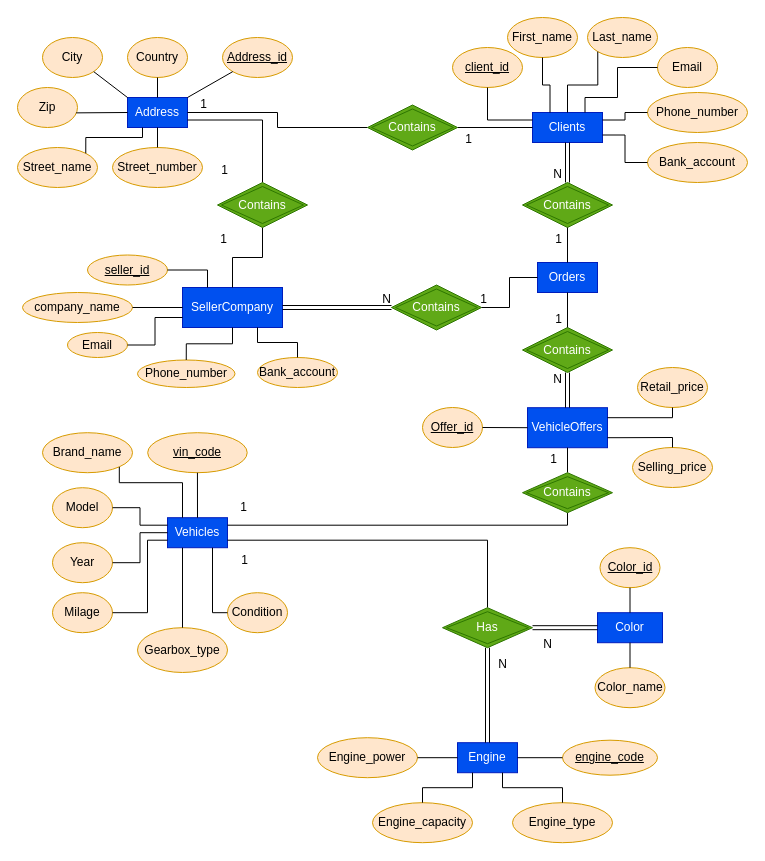
Above: Chen notation.drawio in kstekels/Car-Marketplace (draw.io), before the change. Source tidied: cells renumbered, new cells numbered last; positions are measured from the earlier drawing's top-left corner, leaving out a move shared by most shapes. Both pictures are drawn from the tidied source at 100%, with x=0, y=0 at pixel (17, 17).
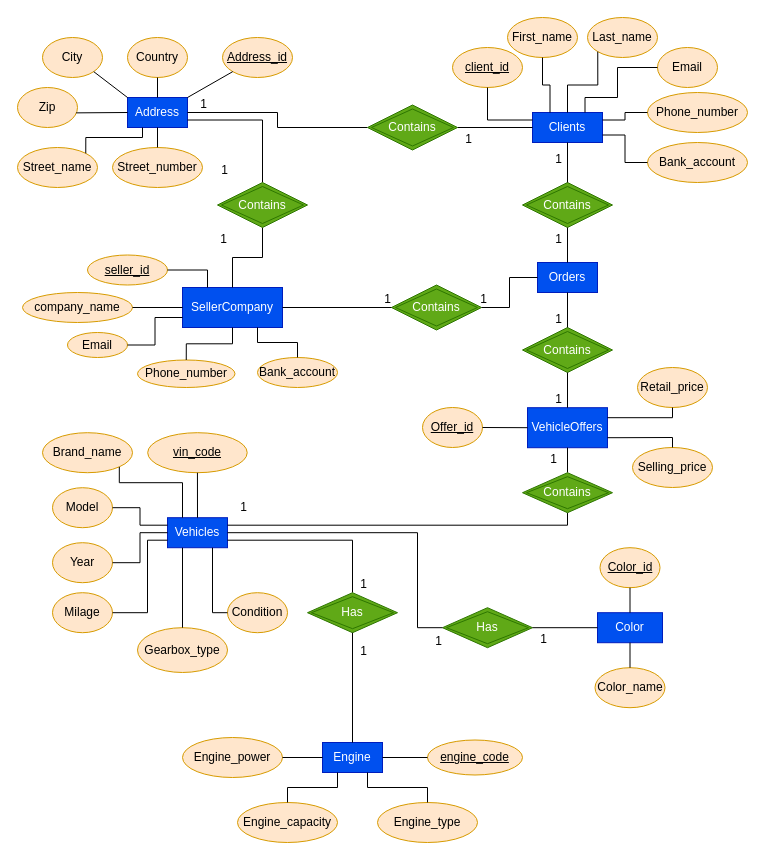
After the change.

The change refers to these unchanged cells:
```xml
<mxCell id="2" value="Clients" style="rounded=0;whiteSpace=wrap;html=1;fillColor=#0050ef;strokeColor=#001DBC;fontColor=#ffffff;" parent="1" vertex="1">
  <mxGeometry x="515" y="95" width="70" height="30" as="geometry" />
</mxCell>
<mxCell id="4" value="SellerCompany" style="rounded=0;whiteSpace=wrap;html=1;fillColor=#0050ef;fontColor=#ffffff;strokeColor=#001DBC;" parent="1" vertex="1">
  <mxGeometry x="165" y="270" width="100" height="40" as="geometry" />
</mxCell>
<mxCell id="6" value="VehicleOffers" style="rounded=0;whiteSpace=wrap;html=1;fillColor=#0050ef;fontColor=#ffffff;strokeColor=#001DBC;" parent="1" vertex="1">
  <mxGeometry x="510" y="390.2" width="80" height="40" as="geometry" />
</mxCell>
<mxCell id="7" value="Vehicles" style="rounded=0;whiteSpace=wrap;html=1;fillColor=#0050ef;fontColor=#ffffff;strokeColor=#001DBC;" parent="1" vertex="1">
  <mxGeometry x="150" y="500.2" width="60" height="30" as="geometry" />
</mxCell>
<mxCell id="9" value="Color" style="rounded=0;whiteSpace=wrap;html=1;fillColor=#0050ef;fontColor=#ffffff;strokeColor=#001DBC;" parent="1" vertex="1">
  <mxGeometry x="580" y="595.2" width="65" height="30" as="geometry" />
</mxCell>
<mxCell id="40" value="Contains" style="shape=rhombus;double=1;perimeter=rhombusPerimeter;whiteSpace=wrap;html=1;align=center;fillColor=#60a917;fontColor=#ffffff;strokeColor=#2D7600;" parent="1" vertex="1">
  <mxGeometry x="374" y="267.5" width="90" height="45" as="geometry" />
</mxCell>
<mxCell id="41" value="Contains" style="shape=rhombus;double=1;perimeter=rhombusPerimeter;whiteSpace=wrap;html=1;align=center;fillColor=#60a917;fontColor=#ffffff;strokeColor=#2D7600;" parent="1" vertex="1">
  <mxGeometry x="505" y="310" width="90" height="45" as="geometry" />
</mxCell>
<mxCell id="42" value="Contains" style="shape=rhombus;double=1;perimeter=rhombusPerimeter;whiteSpace=wrap;html=1;align=center;fillColor=#60a917;fontColor=#ffffff;strokeColor=#2D7600;" parent="1" vertex="1">
  <mxGeometry x="505" y="165" width="90" height="45" as="geometry" />
</mxCell>
<mxCell id="61" style="endArrow=none;html=1;rounded=0;entryX=1;entryY=0.75;entryDx=0;entryDy=0;edgeStyle=orthogonalEdgeStyle;exitX=0.5;exitY=0;exitDx=0;exitDy=0;" parent="1" edge="1" source="86" target="7">
  <mxGeometry relative="1" as="geometry" />
</mxCell>
```

Diff of the diagram source:
```diff
@@
     <mxCell id="8" value="Engine" style="rounded=0;whiteSpace=wrap;html=1;fillColor=#0050ef;fontColor=#ffffff;strokeColor=#001DBC;" parent="1" vertex="1">
-      <mxGeometry x="440" y="725.2" width="60" height="30" as="geometry" />
+      <mxGeometry x="305" y="725" width="60" height="30" as="geometry" />
     </mxCell>
@@
     <mxCell id="59" value="&lt;u&gt;engine_code&lt;/u&gt;" style="ellipse;whiteSpace=wrap;html=1;fillColor=#ffe6cc;strokeColor=#d79b00;" parent="1" vertex="1">
-      <mxGeometry x="545" y="722.7" width="95" height="35" as="geometry" />
+      <mxGeometry x="410" y="722.5" width="95" height="35" as="geometry" />
     </mxCell>
@@
     <mxCell id="62" value="1" style="html=1;align=right;verticalAlign=bottom;" parent="61" vertex="1">
       <mxGeometry x="1" relative="1" as="geometry">
-        <mxPoint x="21" y="28" as="offset" />
+        <mxPoint x="140" y="52" as="offset" />
       </mxGeometry>
     </mxCell>
@@
     <mxCell id="66" value="Engine_capacity" style="ellipse;whiteSpace=wrap;html=1;fillColor=#ffe6cc;strokeColor=#d79b00;" parent="1" vertex="1">
-      <mxGeometry x="355" y="785.2" width="100" height="40" as="geometry" />
+      <mxGeometry x="220" y="785" width="100" height="40" as="geometry" />
     </mxCell>
     <mxCell id="67" value="Engine_type" style="ellipse;whiteSpace=wrap;html=1;fillColor=#ffe6cc;strokeColor=#d79b00;" parent="1" vertex="1">
-      <mxGeometry x="495" y="785.2" width="100" height="40" as="geometry" />
+      <mxGeometry x="360" y="785" width="100" height="40" as="geometry" />
     </mxCell>
     <mxCell id="68" value="Engine_power" style="ellipse;whiteSpace=wrap;html=1;fillColor=#ffe6cc;strokeColor=#d79b00;" parent="1" vertex="1">
-      <mxGeometry x="300" y="720.2" width="100" height="40" as="geometry" />
+      <mxGeometry x="165" y="720" width="100" height="40" as="geometry" />
     </mxCell>
@@
-    <mxCell id="72" style="shape=link;html=1;rounded=0;exitX=0;exitY=0.5;exitDx=0;exitDy=0;edgeStyle=orthogonalEdgeStyle;entryX=1;entryY=0.5;entryDx=0;entryDy=0;" parent="1" edge="1" source="9" target="86">
-      <mxGeometry relative="1" as="geometry" />
-    </mxCell>
-    <mxCell id="73" value="N" style="html=1;align=right;verticalAlign=bottom;" parent="72" vertex="1">
-      <mxGeometry x="1" relative="1" as="geometry">
-        <mxPoint x="20" y="25" as="offset" />
-      </mxGeometry>
-    </mxCell>
-    <mxCell id="74" style="shape=link;html=1;rounded=0;exitX=0.5;exitY=0;exitDx=0;exitDy=0;edgeStyle=orthogonalEdgeStyle;entryX=0.5;entryY=1;entryDx=0;entryDy=0;" parent="1" edge="1" source="8" target="86">
-      <mxGeometry relative="1" as="geometry" />
-    </mxCell>
-    <mxCell id="75" value="N" style="html=1;align=right;verticalAlign=bottom;" parent="74" vertex="1">
-      <mxGeometry x="1" relative="1" as="geometry">
-        <mxPoint x="20" y="25" as="offset" />
-      </mxGeometry>
-    </mxCell>
@@
     <mxCell id="86" value="Has" style="shape=rhombus;double=1;perimeter=rhombusPerimeter;whiteSpace=wrap;html=1;align=center;fillColor=#60a917;fontColor=#ffffff;strokeColor=#2D7600;" parent="1" vertex="1">
-      <mxGeometry x="425" y="590.2" width="90" height="40" as="geometry" />
+      <mxGeometry x="290" y="575.2" width="90" height="40" as="geometry" />
     </mxCell>
@@
+    <mxCell id="113" value="Has" style="shape=rhombus;double=1;perimeter=rhombusPerimeter;whiteSpace=wrap;html=1;align=center;fillColor=#60a917;fontColor=#ffffff;strokeColor=#2D7600;" parent="1" vertex="1">
+      <mxGeometry x="425" y="590.2" width="90" height="40" as="geometry" />
+    </mxCell>
+    <mxCell id="114" style="endArrow=none;html=1;rounded=0;entryX=1;entryY=0.5;entryDx=0;entryDy=0;edgeStyle=orthogonalEdgeStyle;exitX=0;exitY=0.5;exitDx=0;exitDy=0;" parent="1" edge="1" source="113" target="7">
+      <mxGeometry relative="1" as="geometry">
+        <Array as="points">
+          <mxPoint x="400" y="610" />
+          <mxPoint x="400" y="515" />
+        </Array>
+      </mxGeometry>
+    </mxCell>
+    <mxCell id="115" value="1" style="html=1;align=right;verticalAlign=bottom;" parent="114" vertex="1">
+      <mxGeometry x="1" relative="1" as="geometry">
+        <mxPoint x="215" y="117" as="offset" />
+      </mxGeometry>
+    </mxCell>
+    <mxCell id="116" value="1" style="html=1;align=right;verticalAlign=bottom;" parent="114" vertex="1">
+      <mxGeometry x="1" relative="1" as="geometry">
+        <mxPoint x="320" y="115" as="offset" />
+      </mxGeometry>
+    </mxCell>
+    <mxCell id="117" value="1" style="html=1;align=right;verticalAlign=bottom;" parent="114" vertex="1">
+      <mxGeometry x="1" relative="1" as="geometry">
+        <mxPoint x="140" y="127" as="offset" />
+      </mxGeometry>
+    </mxCell>
-    <mxCell id="107" style="shape=link;html=1;rounded=0;entryX=0.5;entryY=0;entryDx=0;entryDy=0;exitX=0.5;exitY=1;exitDx=0;exitDy=0;" parent="1" edge="1" source="2" target="42">
+    <mxCell id="107" style="endArrow=none;html=1;rounded=0;entryX=0.5;entryY=0;entryDx=0;entryDy=0;exitX=0.5;exitY=1;exitDx=0;exitDy=0;" parent="1" edge="1" source="2" target="42">
       <mxGeometry relative="1" as="geometry" />
     </mxCell>
-    <mxCell id="108" value="N" style="html=1;align=right;verticalAlign=bottom;" parent="107" vertex="1">
-      <mxGeometry x="1" relative="1" as="geometry">
-        <mxPoint x="-5" as="offset" />
-      </mxGeometry>
-    </mxCell>
+    <mxCell id="118" value="1" style="html=1;align=right;verticalAlign=bottom;" parent="107" vertex="1">
+      <mxGeometry x="1" relative="1" as="geometry">
+        <mxPoint x="-5" y="-15" as="offset" />
+      </mxGeometry>
+    </mxCell>
-    <mxCell id="109" style="shape=link;html=1;rounded=0;entryX=0.5;entryY=1;entryDx=0;entryDy=0;exitX=0.5;exitY=0;exitDx=0;exitDy=0;" parent="1" edge="1" source="6" target="41">
+    <mxCell id="109" style="endArrow=none;html=1;rounded=0;entryX=0.5;entryY=1;entryDx=0;entryDy=0;exitX=0.5;exitY=0;exitDx=0;exitDy=0;" parent="1" edge="1" source="6" target="41">
       <mxGeometry relative="1" as="geometry" />
     </mxCell>
-    <mxCell id="110" value="N" style="html=1;align=right;verticalAlign=bottom;" parent="109" vertex="1">
-      <mxGeometry x="1" relative="1" as="geometry">
-        <mxPoint x="-5" y="15" as="offset" />
-      </mxGeometry>
-    </mxCell>
+    <mxCell id="119" value="1" style="html=1;align=right;verticalAlign=bottom;" parent="109" vertex="1">
+      <mxGeometry x="1" relative="1" as="geometry">
+        <mxPoint x="-5" y="35" as="offset" />
+      </mxGeometry>
+    </mxCell>
-    <mxCell id="111" style="shape=link;html=1;rounded=0;entryX=0;entryY=0.5;entryDx=0;entryDy=0;exitX=1;exitY=0.5;exitDx=0;exitDy=0;" parent="1" edge="1" source="4" target="40">
+    <mxCell id="111" style="endArrow=none;html=1;rounded=0;entryX=0;entryY=0.5;entryDx=0;entryDy=0;exitX=1;exitY=0.5;exitDx=0;exitDy=0;" parent="1" edge="1" source="4" target="40">
       <mxGeometry relative="1" as="geometry" />
     </mxCell>
-    <mxCell id="112" value="N" style="html=1;align=right;verticalAlign=bottom;" parent="111" vertex="1">
-      <mxGeometry x="1" relative="1" as="geometry" />
-    </mxCell>
+    <mxCell id="120" value="1" style="html=1;align=right;verticalAlign=bottom;" parent="111" vertex="1">
+      <mxGeometry x="1" relative="1" as="geometry" />
+    </mxCell>
+    <mxCell id="121" style="endArrow=none;html=1;rounded=0;exitX=0;exitY=0.5;exitDx=0;exitDy=0;entryX=1;entryY=0.5;entryDx=0;entryDy=0;" parent="1" edge="1" source="9" target="113">
+      <mxGeometry relative="1" as="geometry" />
+    </mxCell>
+    <mxCell id="122" style="endArrow=none;html=1;rounded=0;exitX=0.5;exitY=1;exitDx=0;exitDy=0;entryX=0.5;entryY=0;entryDx=0;entryDy=0;" parent="1" edge="1" source="86" target="8">
+      <mxGeometry relative="1" as="geometry" />
+    </mxCell>
```
